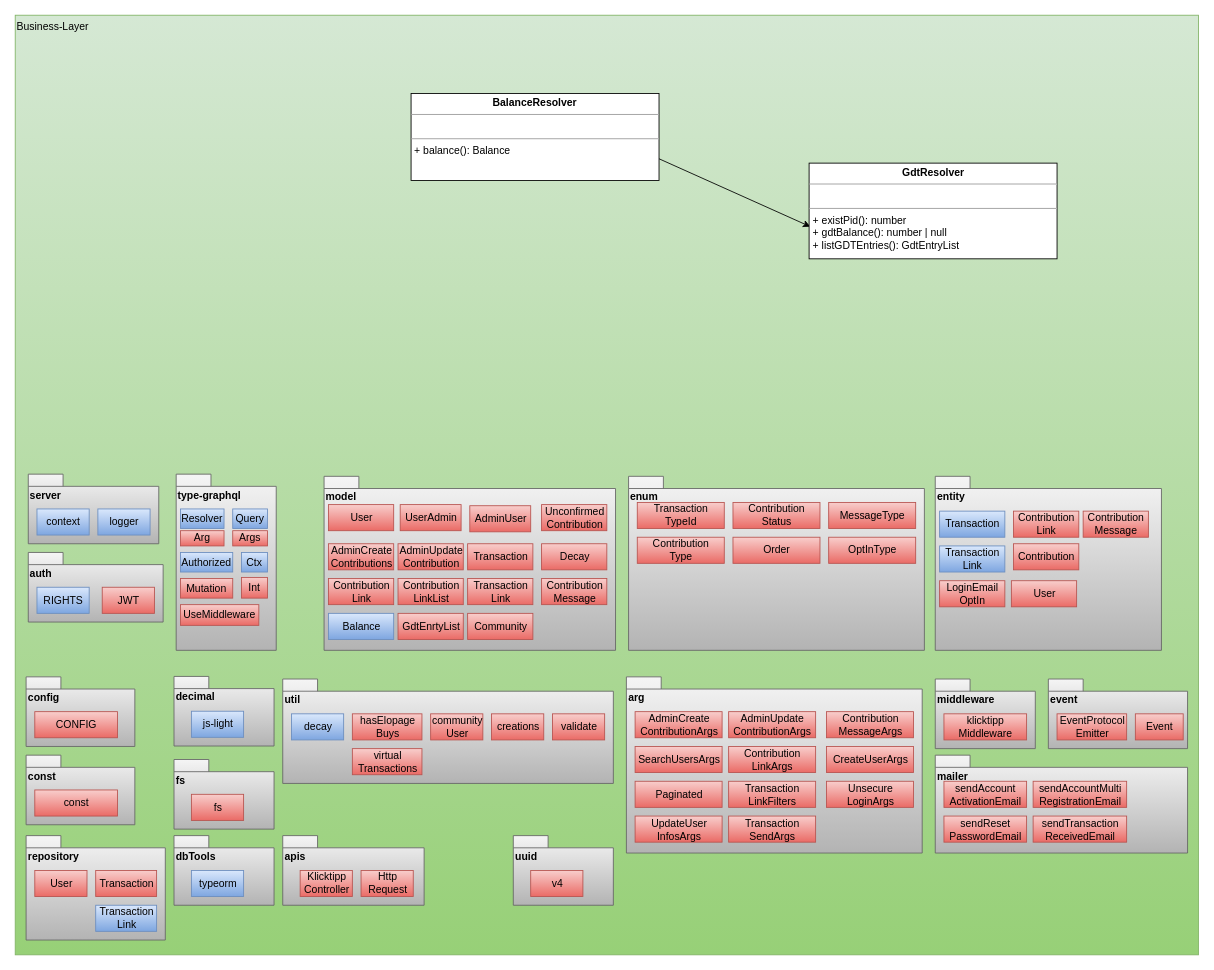
gradido/gradido keeps this draw.io diagram as docu/Concepts/TechnicalRequirements/graphics/BE-BalanceResolver-IST.drawio. Above is the earlier version. Source tidied: cells renumbered, new cells numbered last; positions are measured from the earlier drawing's top-left corner, leaving out a move shared by most shapes. Both pictures are drawn from the tidied source at 87%, with x=0, y=0 at pixel (15, 15).
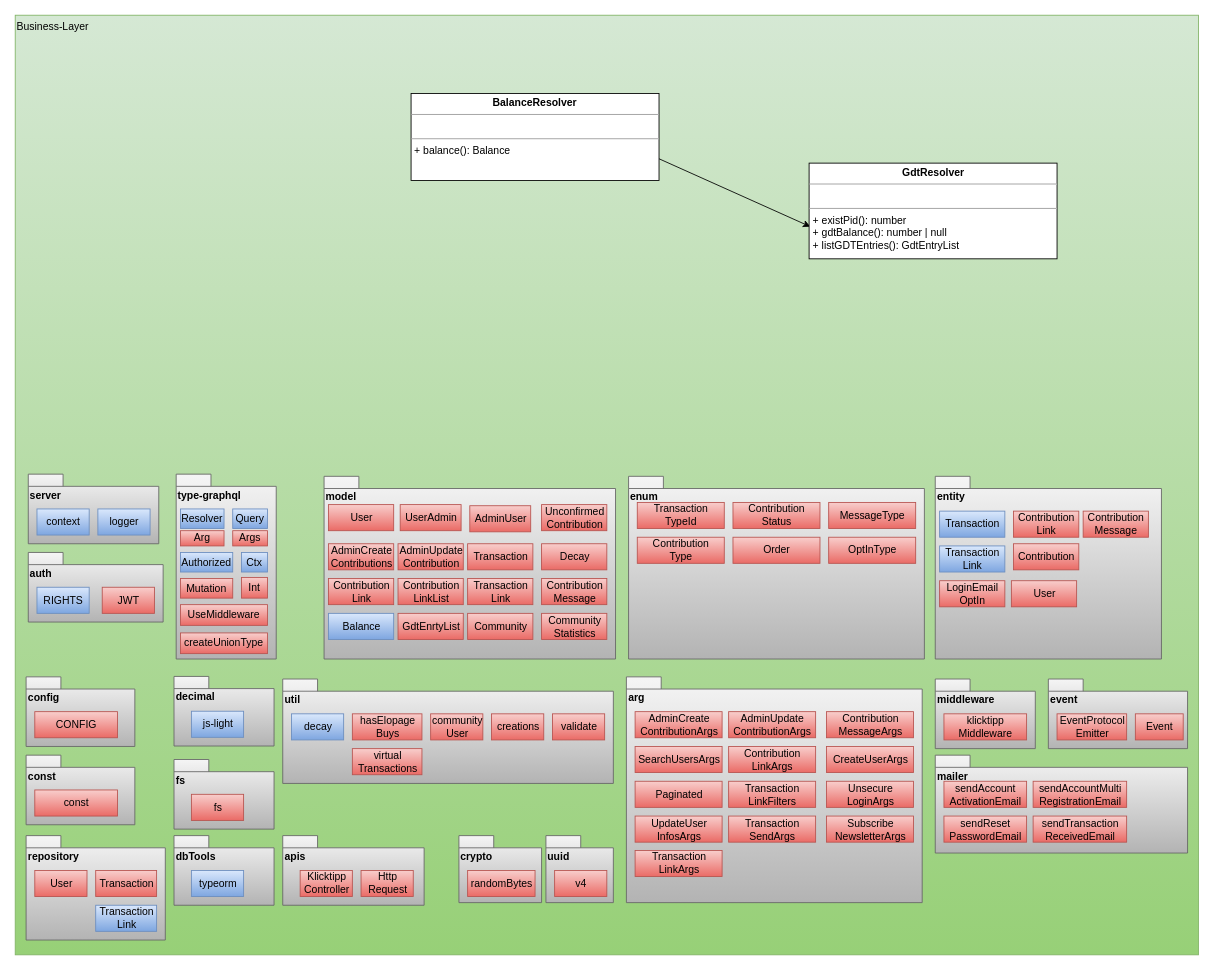
Above is the later version.

Diff of the diagram source:
```diff
@@
     <mxCell id="6" value="model" style="shape=folder;fontStyle=1;spacingTop=10;tabWidth=40;tabHeight=14;tabPosition=left;html=1;align=left;verticalAlign=top;fillColor=#f5f5f5;gradientColor=#b3b3b3;strokeColor=#666666;" parent="1" vertex="1">
-      <mxGeometry x="355" y="530" width="335" height="200" as="geometry" />
+      <mxGeometry x="355" y="530" width="335" height="210" as="geometry" />
     </mxCell>
@@
     <mxCell id="11" value="arg" style="shape=folder;fontStyle=1;spacingTop=10;tabWidth=40;tabHeight=14;tabPosition=left;html=1;align=left;verticalAlign=top;fillColor=#f5f5f5;gradientColor=#b3b3b3;strokeColor=#666666;" parent="1" vertex="1">
-      <mxGeometry x="702.5" y="760.5" width="340" height="202.5" as="geometry" />
+      <mxGeometry x="702.5" y="760.5" width="340" height="259.5" as="geometry" />
     </mxCell>
@@
     <mxCell id="16" value="entity" style="shape=folder;fontStyle=1;spacingTop=10;tabWidth=40;tabHeight=14;tabPosition=left;html=1;align=left;verticalAlign=top;fillColor=#f5f5f5;gradientColor=#b3b3b3;strokeColor=#666666;" parent="1" vertex="1">
-      <mxGeometry x="1057.5" y="530" width="260" height="200" as="geometry" />
+      <mxGeometry x="1057.5" y="530" width="260" height="210" as="geometry" />
     </mxCell>
@@
     <mxCell id="24" value="enum" style="shape=folder;fontStyle=1;spacingTop=10;tabWidth=40;tabHeight=14;tabPosition=left;html=1;align=left;verticalAlign=top;fillColor=#f5f5f5;gradientColor=#b3b3b3;strokeColor=#666666;" parent="1" vertex="1">
-      <mxGeometry x="705" y="530" width="340" height="200" as="geometry" />
+      <mxGeometry x="705" y="530" width="340" height="210" as="geometry" />
     </mxCell>
@@
     <mxCell id="40" value="type-graphql" style="shape=folder;fontStyle=1;spacingTop=10;tabWidth=40;tabHeight=14;tabPosition=left;html=1;align=left;verticalAlign=top;fillColor=#f5f5f5;gradientColor=#b3b3b3;strokeColor=#666666;" parent="1" vertex="1">
-      <mxGeometry x="185" y="527.5" width="115" height="202.5" as="geometry" />
+      <mxGeometry x="185" y="527.5" width="115" height="212.5" as="geometry" />
     </mxCell>
@@
-    <mxCell id="45" value="UseMiddleware" style="rounded=0;whiteSpace=wrap;html=1;fillColor=#f8cecc;gradientColor=#ea6b66;strokeColor=#b85450;" parent="1" vertex="1">
-      <mxGeometry x="190" y="677.5" width="90" height="23.8" as="geometry" />
-    </mxCell>
@@
+    <mxCell id="99" value="Http&lt;br&gt;Request" style="html=1;fillColor=#f8cecc;gradientColor=#ea6b66;strokeColor=#b85450;" parent="1" vertex="1">
+      <mxGeometry x="397.5" y="983" width="60" height="30" as="geometry" />
+    </mxCell>
+    <mxCell id="100" value="Community" style="html=1;fillColor=#f8cecc;gradientColor=#ea6b66;strokeColor=#b85450;" parent="1" vertex="1">
+      <mxGeometry x="520" y="687.5" width="75" height="30" as="geometry" />
+    </mxCell>
+    <mxCell id="101" value="Subscribe&lt;br&gt;NewsletterArgs" style="html=1;fillColor=#f8cecc;gradientColor=#ea6b66;strokeColor=#b85450;" parent="1" vertex="1">
+      <mxGeometry x="932.5" y="920.5" width="100" height="30" as="geometry" />
+    </mxCell>
+    <mxCell id="102" value="Community&lt;br&gt;Statistics" style="html=1;fillColor=#f8cecc;gradientColor=#ea6b66;strokeColor=#b85450;" parent="1" vertex="1">
+      <mxGeometry x="605" y="687.5" width="75" height="30" as="geometry" />
+    </mxCell>
+    <mxCell id="45" value="UseMiddleware" style="rounded=0;whiteSpace=wrap;html=1;fillColor=#f8cecc;gradientColor=#ea6b66;strokeColor=#b85450;" parent="1" vertex="1">
+      <mxGeometry x="190" y="677.5" width="100" height="23.8" as="geometry" />
+    </mxCell>
+    <mxCell id="103" value="createUnionType" style="rounded=0;whiteSpace=wrap;html=1;fillColor=#f8cecc;gradientColor=#ea6b66;strokeColor=#b85450;" parent="1" vertex="1">
+      <mxGeometry x="190" y="710" width="100" height="23.8" as="geometry" />
+    </mxCell>
+    <mxCell id="104" value="Transaction&lt;br&gt;LinkArgs" style="html=1;fillColor=#f8cecc;gradientColor=#ea6b66;strokeColor=#b85450;" parent="1" vertex="1">
+      <mxGeometry x="712.5" y="960" width="100" height="30" as="geometry" />
+    </mxCell>
     <mxCell id="97" value="uuid" style="shape=folder;fontStyle=1;spacingTop=10;tabWidth=40;tabHeight=14;tabPosition=left;html=1;align=left;verticalAlign=top;fillColor=#f5f5f5;gradientColor=#b3b3b3;strokeColor=#666666;" parent="1" vertex="1">
-      <mxGeometry x="572.5" y="943" width="115" height="80" as="geometry" />
+      <mxGeometry x="610" y="943" width="77.5" height="77" as="geometry" />
     </mxCell>
     <mxCell id="98" value="v4" style="html=1;fillColor=#f8cecc;gradientColor=#ea6b66;strokeColor=#b85450;" parent="1" vertex="1">
-      <mxGeometry x="592.5" y="983" width="60" height="30" as="geometry" />
+      <mxGeometry x="620" y="983" width="60" height="30" as="geometry" />
     </mxCell>
-    <mxCell id="99" value="Http&lt;br&gt;Request" style="html=1;fillColor=#f8cecc;gradientColor=#ea6b66;strokeColor=#b85450;" parent="1" vertex="1">
-      <mxGeometry x="397.5" y="983" width="60" height="30" as="geometry" />
-    </mxCell>
-    <mxCell id="100" value="Community" style="html=1;fillColor=#f8cecc;gradientColor=#ea6b66;strokeColor=#b85450;" parent="1" vertex="1">
-      <mxGeometry x="520" y="687.5" width="75" height="30" as="geometry" />
-    </mxCell>
+    <mxCell id="105" value="crypto" style="shape=folder;fontStyle=1;spacingTop=10;tabWidth=40;tabHeight=14;tabPosition=left;html=1;align=left;verticalAlign=top;fillColor=#f5f5f5;gradientColor=#b3b3b3;strokeColor=#666666;" parent="1" vertex="1">
+      <mxGeometry x="510" y="943" width="95" height="77" as="geometry" />
+    </mxCell>
+    <mxCell id="106" value="randomBytes" style="html=1;fillColor=#f8cecc;gradientColor=#ea6b66;strokeColor=#b85450;" parent="1" vertex="1">
+      <mxGeometry x="520" y="983" width="77.5" height="30" as="geometry" />
+    </mxCell>
```
